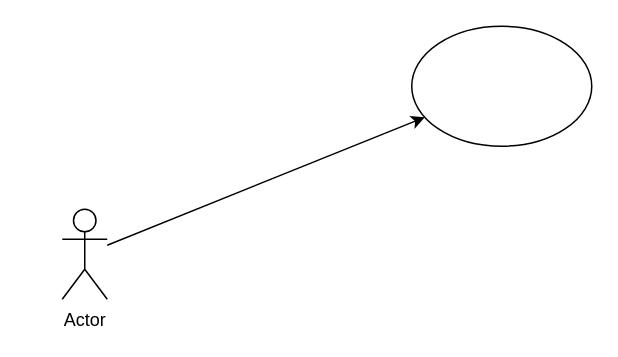
careock/diagrams keeps this draw.io diagram as tparty-tg-bot.drawio. Above is the earlier version. Source tidied: cells renumbered, new cells numbered last; positions are measured from the earlier drawing's top-left corner, leaving out a move shared by most shapes. Both pictures are drawn from the tidied source at 150%, with x=0, y=0 at pixel (62, 26).
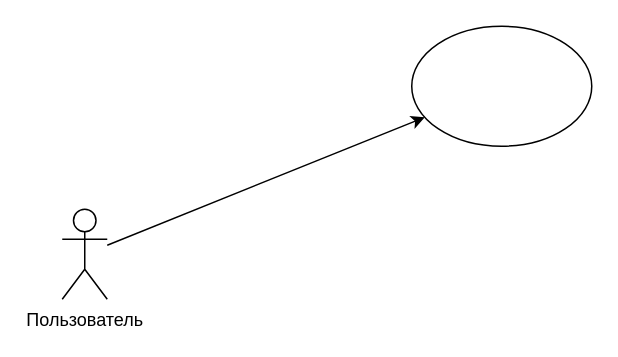
The same diagram, later.

The edit, as a diff of the source:
```diff
@@
 <mxGraphModel>
   <root>
     <mxCell id="0" />
     <mxCell id="1" parent="0" />
     <mxCell id="2" style="rounded=0;jettySize=auto;html=1;" parent="1" edge="1" source="3" target="4">
       <mxGeometry relative="1" as="geometry" />
     </mxCell>
-    <mxCell id="3" value="Actor" style="shape=umlActor;verticalLabelPosition=bottom;verticalAlign=top;html=1;outlineConnect=0;" parent="1" vertex="1">
+    <mxCell id="3" value="Пользователь" style="shape=umlActor;verticalLabelPosition=bottom;verticalAlign=top;html=1;outlineConnect=0;" parent="1" vertex="1">
       <mxGeometry y="122" width="30" height="60" as="geometry" />
     </mxCell>
     <mxCell id="4" style="ellipse;whiteSpace=wrap;html=1;" parent="1" vertex="1">
       <mxGeometry x="233" width="120" height="80" as="geometry" />
     </mxCell>
   </root>
 </mxGraphModel>
```
